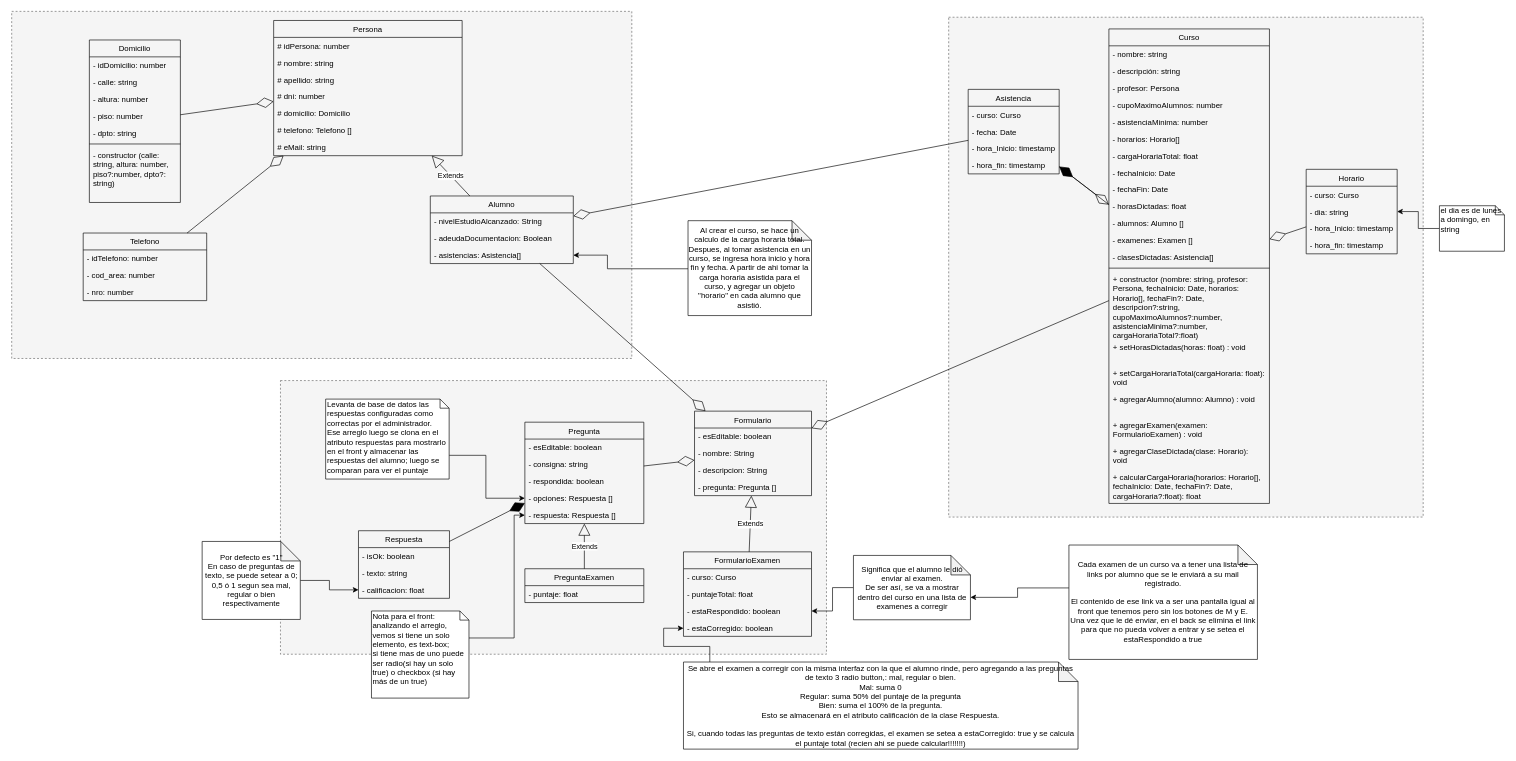
Above: - UML/diagrama_proyecto_final.drawio in mariela21180/institucional-cfp (draw.io), before the change. Source tidied: cells renumbered, new cells numbered last; positions are measured from the earlier drawing's top-left corner, leaving out a move shared by most shapes. Both pictures are drawn from the tidied source at 65%, with x=0, y=0 at pixel (12, 11).
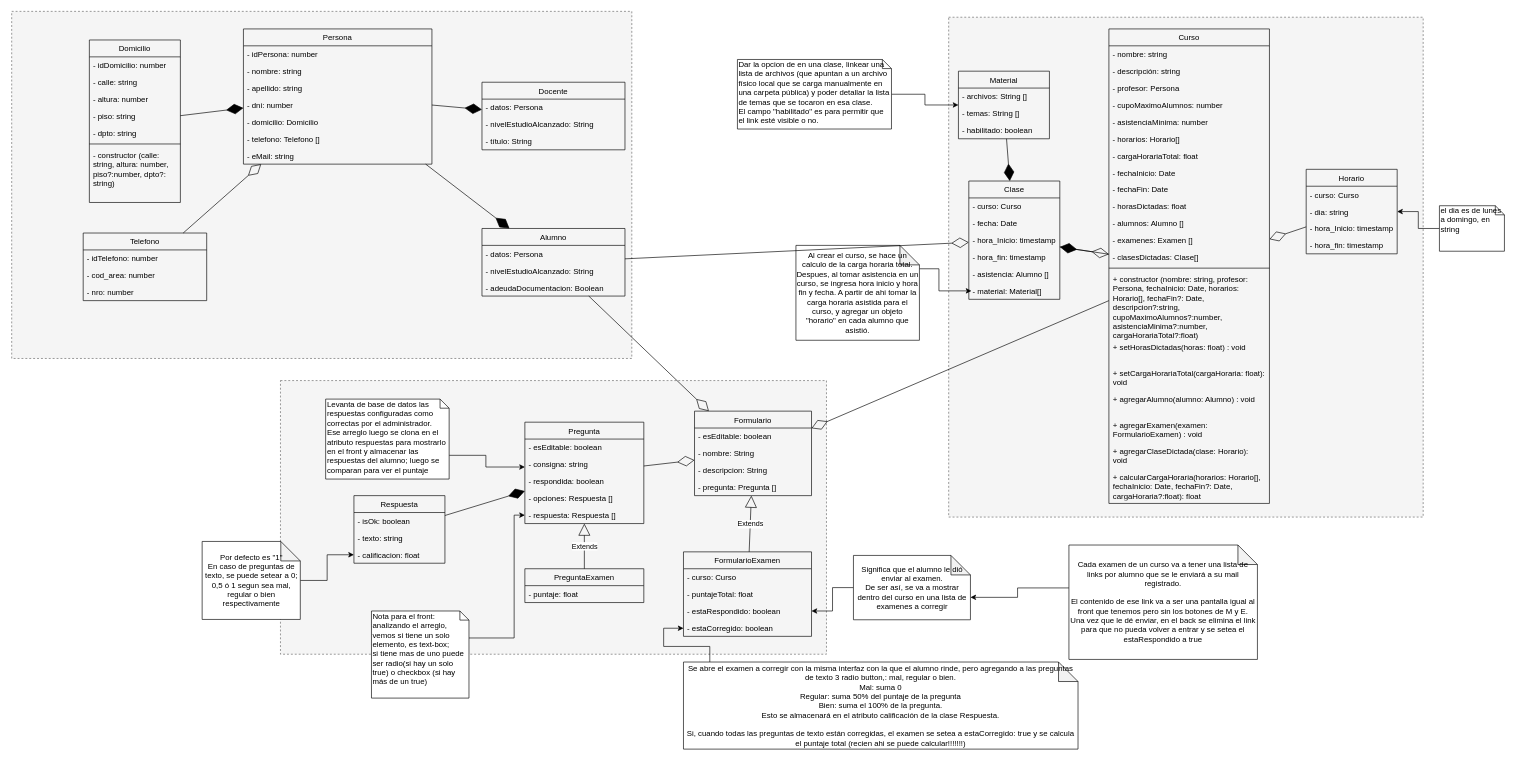
After the change.

Commit message:
#1 - UML - Correcciones para agregar Clases (asistencia + Material)

The change refers to these unchanged cells:
```xml
<mxCell id="5" value="Curso" style="swimlane;fontStyle=0;horizontal=1;startSize=26;fillColor=none;" parent="1" vertex="1">
  <mxGeometry x="1687.5" y="27" width="247" height="730" as="geometry" />
</mxCell>
<mxCell id="55" value="Domicilio" style="swimlane;fontStyle=0;horizontal=1;startSize=26;fillColor=none;" parent="1" vertex="1">
  <mxGeometry x="119" y="44" width="140" height="250" as="geometry" />
</mxCell>
<mxCell id="78" value="Levanta de base de datos las respuestas configuradas como correctas por el administrador.&lt;br&gt;Ese arreglo luego se clona en el atributo respuestas para mostrarlo en el front y almacenar las respuestas del alumno; luego se comparan para ver el puntaje" style="shape=note;whiteSpace=wrap;html=1;size=14;verticalAlign=top;align=left;spacingTop=-6;" parent="1" vertex="1">
  <mxGeometry x="482.5" y="596.5" width="190" height="123" as="geometry" />
</mxCell>
<mxCell id="80" value="Pregunta" style="swimlane;fontStyle=0;horizontal=1;startSize=26;fillColor=none;" parent="1" vertex="1">
  <mxGeometry x="789" y="632" width="183" height="156" as="geometry" />
</mxCell>
<mxCell id="84" value="- opciones: Respuesta []" style="text;strokeColor=none;fillColor=none;align=left;verticalAlign=top;spacingLeft=4;spacingRight=4;overflow=hidden;points=[[0,0.5],[1,0.5]];portConstraint=eastwest;" parent="80" vertex="1">
  <mxGeometry y="104" width="183" height="26" as="geometry" />
</mxCell>
```

What changed in the source:
```diff
@@
-    <mxCell id="18" value="- clasesDictadas: Asistencia[]" style="text;strokeColor=none;fillColor=none;align=left;verticalAlign=top;spacingLeft=4;spacingRight=4;overflow=hidden;" parent="5" vertex="1">
+    <mxCell id="18" value="- clasesDictadas: Clase[]" style="text;strokeColor=none;fillColor=none;align=left;verticalAlign=top;spacingLeft=4;spacingRight=4;overflow=hidden;" parent="5" vertex="1">
       <mxGeometry y="338" width="247" height="26" as="geometry" />
     </mxCell>
@@
     <mxCell id="27" value="Alumno" style="swimlane;fontStyle=0;horizontal=1;startSize=26;fillColor=none;" parent="1" vertex="1">
-      <mxGeometry x="643.5" y="284" width="220" height="104" as="geometry" />
+      <mxGeometry x="723" y="334" width="220" height="104" as="geometry" />
     </mxCell>
-    <mxCell id="28" value="- nivelEstudioAlcanzado: String" style="text;strokeColor=none;fillColor=none;align=left;verticalAlign=top;spacingLeft=4;spacingRight=4;overflow=hidden;" parent="27" vertex="1">
+    <mxCell id="28" value="- datos: Persona" style="text;strokeColor=none;fillColor=none;align=left;verticalAlign=top;spacingLeft=4;spacingRight=4;overflow=hidden;" parent="27" vertex="1">
       <mxGeometry y="26" width="220" height="26" as="geometry" />
     </mxCell>
+    <mxCell id="112" value="- nivelEstudioAlcanzado: String" style="text;strokeColor=none;fillColor=none;align=left;verticalAlign=top;spacingLeft=4;spacingRight=4;overflow=hidden;" parent="27" vertex="1">
+      <mxGeometry y="52" width="220" height="26" as="geometry" />
+    </mxCell>
     <mxCell id="29" value="- adeudaDocumentacion: Boolean" style="text;strokeColor=none;fillColor=none;align=left;verticalAlign=top;spacingLeft=4;spacingRight=4;overflow=hidden;" parent="27" vertex="1">
-      <mxGeometry y="52" width="220" height="26" as="geometry" />
+      <mxGeometry y="78" width="220" height="26" as="geometry" />
     </mxCell>
-    <mxCell id="30" value="- asistencias: Asistencia[]" style="text;strokeColor=none;fillColor=none;align=left;verticalAlign=top;spacingLeft=4;spacingRight=4;overflow=hidden;points=[[0,0.5],[1,0.5]];portConstraint=eastwest;" parent="27" vertex="1">
-      <mxGeometry y="78" width="220" height="26" as="geometry" />
-    </mxCell>
     <mxCell id="31" value="Persona" style="swimlane;fontStyle=0;horizontal=1;startSize=26;fillColor=none;" parent="1" vertex="1">
-      <mxGeometry x="402.5" y="14" width="290" height="208" as="geometry" />
+      <mxGeometry x="356" y="27" width="290" height="208" as="geometry" />
     </mxCell>
-    <mxCell id="32" value="# idPersona: number" style="text;strokeColor=none;fillColor=none;align=left;verticalAlign=top;spacingLeft=4;spacingRight=4;overflow=hidden;" parent="31" vertex="1">
+    <mxCell id="32" value="- idPersona: number" style="text;strokeColor=none;fillColor=none;align=left;verticalAlign=top;spacingLeft=4;spacingRight=4;overflow=hidden;" parent="31" vertex="1">
       <mxGeometry y="26" width="290" height="26" as="geometry" />
     </mxCell>
-    <mxCell id="33" value="# nombre: string" style="text;strokeColor=none;fillColor=none;align=left;verticalAlign=top;spacingLeft=4;spacingRight=4;overflow=hidden;" parent="31" vertex="1">
+    <mxCell id="33" value="- nombre: string" style="text;strokeColor=none;fillColor=none;align=left;verticalAlign=top;spacingLeft=4;spacingRight=4;overflow=hidden;" parent="31" vertex="1">
       <mxGeometry y="52" width="290" height="26" as="geometry" />
     </mxCell>
-    <mxCell id="34" value="# apellido: string" style="text;strokeColor=none;fillColor=none;align=left;verticalAlign=top;spacingLeft=4;spacingRight=4;overflow=hidden;" parent="31" vertex="1">
+    <mxCell id="34" value="- apellido: string" style="text;strokeColor=none;fillColor=none;align=left;verticalAlign=top;spacingLeft=4;spacingRight=4;overflow=hidden;" parent="31" vertex="1">
       <mxGeometry y="78" width="290" height="26" as="geometry" />
     </mxCell>
-    <mxCell id="35" value="# dni: number" style="text;strokeColor=none;fillColor=none;align=left;verticalAlign=top;spacingLeft=4;spacingRight=4;overflow=hidden;" parent="31" vertex="1">
+    <mxCell id="35" value="- dni: number" style="text;strokeColor=none;fillColor=none;align=left;verticalAlign=top;spacingLeft=4;spacingRight=4;overflow=hidden;" parent="31" vertex="1">
       <mxGeometry y="104" width="290" height="26" as="geometry" />
     </mxCell>
-    <mxCell id="36" value="# domicilio: Domicilio" style="text;strokeColor=none;fillColor=none;align=left;verticalAlign=top;spacingLeft=4;spacingRight=4;overflow=hidden;" parent="31" vertex="1">
+    <mxCell id="36" value="- domicilio: Domicilio" style="text;strokeColor=none;fillColor=none;align=left;verticalAlign=top;spacingLeft=4;spacingRight=4;overflow=hidden;" parent="31" vertex="1">
       <mxGeometry y="130" width="290" height="26" as="geometry" />
     </mxCell>
-    <mxCell id="37" value="# telefono: Telefono [] " style="text;strokeColor=none;fillColor=none;align=left;verticalAlign=top;spacingLeft=4;spacingRight=4;overflow=hidden;" parent="31" vertex="1">
+    <mxCell id="37" value="- telefono: Telefono [] " style="text;strokeColor=none;fillColor=none;align=left;verticalAlign=top;spacingLeft=4;spacingRight=4;overflow=hidden;" parent="31" vertex="1">
       <mxGeometry y="156" width="290" height="26" as="geometry" />
     </mxCell>
-    <mxCell id="38" value="# eMail: string" style="text;strokeColor=none;fillColor=none;align=left;verticalAlign=top;spacingLeft=4;spacingRight=4;overflow=hidden;" parent="31" vertex="1">
+    <mxCell id="38" value="- eMail: string" style="text;strokeColor=none;fillColor=none;align=left;verticalAlign=top;spacingLeft=4;spacingRight=4;overflow=hidden;" parent="31" vertex="1">
       <mxGeometry y="182" width="290" height="26" as="geometry" />
     </mxCell>
@@
     <mxCell id="51" value="Respuesta" style="swimlane;fontStyle=0;horizontal=1;startSize=26;fillColor=none;" parent="1" vertex="1">
-      <mxGeometry x="533" y="799" width="140" height="104" as="geometry" />
+      <mxGeometry x="526" y="745" width="140" height="104" as="geometry" />
     </mxCell>
@@
-    <mxCell id="59" value="- piso: number" style="text;strokeColor=none;fillColor=none;align=left;verticalAlign=top;spacingLeft=4;spacingRight=4;overflow=hidden;" parent="55" vertex="1">
+    <mxCell id="59" value="- piso: string" style="text;strokeColor=none;fillColor=none;align=left;verticalAlign=top;spacingLeft=4;spacingRight=4;overflow=hidden;" parent="55" vertex="1">
       <mxGeometry y="104" width="140" height="26" as="geometry" />
     </mxCell>
@@
-    <mxCell id="67" style="endArrow=diamondThin;endFill=0;endSize=24;html=1;" parent="1" edge="1" source="55" target="31">
-      <mxGeometry relative="1" as="geometry" />
-    </mxCell>
-    <mxCell id="68" value="Extends" style="endArrow=block;endSize=16;endFill=0;html=1;" parent="1" edge="1" source="27" target="31">
-      <mxGeometry relative="1" as="geometry" />
-    </mxCell>
-    <mxCell id="69" value="Asistencia" style="swimlane;fontStyle=0;horizontal=1;startSize=26;fillColor=none;" parent="1" vertex="1">
-      <mxGeometry x="1471" y="120" width="140" height="130" as="geometry" />
+    <mxCell id="69" value="Clase" style="swimlane;fontStyle=0;horizontal=1;startSize=26;fillColor=none;" parent="1" vertex="1">
+      <mxGeometry x="1472" y="261" width="140" height="182" as="geometry" />
     </mxCell>
@@
+    <mxCell id="113" value="- hora_fin: timestamp" style="text;strokeColor=none;fillColor=none;align=left;verticalAlign=top;spacingLeft=4;spacingRight=4;overflow=hidden;" parent="69" vertex="1">
+      <mxGeometry y="104" width="140" height="26" as="geometry" />
+    </mxCell>
+    <mxCell id="30" value="- asistencia: Alumno []" style="text;strokeColor=none;fillColor=none;align=left;verticalAlign=top;spacingLeft=4;spacingRight=4;overflow=hidden;points=[[0,0.5],[1,0.5]];portConstraint=eastwest;" parent="69" vertex="1">
+      <mxGeometry y="130" width="140" height="26" as="geometry" />
+    </mxCell>
-    <mxCell id="73" value="- hora_fin: timestamp" style="text;strokeColor=none;fillColor=none;align=left;verticalAlign=top;spacingLeft=4;spacingRight=4;overflow=hidden;" parent="69" vertex="1">
-      <mxGeometry y="104" width="140" height="26" as="geometry" />
+    <mxCell id="73" value="- material: Material[]" style="text;strokeColor=none;fillColor=none;align=left;verticalAlign=top;spacingLeft=4;spacingRight=4;overflow=hidden;" parent="69" vertex="1">
+      <mxGeometry y="156" width="140" height="26" as="geometry" />
     </mxCell>
@@
-    <mxCell id="77" style="edgeStyle=orthogonalEdgeStyle;rounded=0;jettySize=auto;html=1;entryX=0;entryY=0.5;entryDx=0;entryDy=0;" parent="1" edge="1" source="78" target="84">
+    <mxCell id="77" style="edgeStyle=orthogonalEdgeStyle;rounded=0;jettySize=auto;html=1;" parent="1" edge="1" source="78" target="80">
       <mxGeometry relative="1" as="geometry">
         <Array as="points">
           <mxPoint x="729" y="683" />
-          <mxPoint x="729" y="749" />
+          <mxPoint x="729" y="701" />
         </Array>
       </mxGeometry>
     </mxCell>
@@
-    <mxCell id="91" style="edgeStyle=orthogonalEdgeStyle;rounded=0;jettySize=auto;html=1;entryX=1;entryY=0.5;entryDx=0;entryDy=0;" parent="1" edge="1" source="92" target="30">
+    <mxCell id="91" style="edgeStyle=orthogonalEdgeStyle;rounded=0;jettySize=auto;html=1;" parent="1" edge="1" source="92">
       <mxGeometry relative="1" as="geometry">
+        <mxPoint x="1476" y="430" as="targetPoint" />
         <Array as="points">
-          <mxPoint x="916" y="396" />
-          <mxPoint x="916" y="375" />
+          <mxPoint x="1426" y="396" />
+          <mxPoint x="1426" y="430" />
         </Array>
       </mxGeometry>
     </mxCell>
     <mxCell id="92" value="Al crear el curso, se hace un calculo de la carga horaria total.&lt;br&gt;Despues, al tomar asistencia en un curso, se ingresa hora inicio y hora fin y fecha. A partir de ahi tomar la carga horaria asistida para el curso, y agregar un objeto &quot;horario&quot; en cada alumno que asistió." style="shape=note;whiteSpace=wrap;html=1;backgroundOutline=1;darkOpacity=0.05;" parent="1" vertex="1">
-      <mxGeometry x="1040" y="322" width="190" height="146" as="geometry" />
+      <mxGeometry x="1206" y="360" width="190" height="146" as="geometry" />
     </mxCell>
@@
-    <mxCell id="102" style="endArrow=diamondThin;endFill=0;endSize=24;html=1;" parent="1" edge="1" source="69" target="27">
+    <mxCell id="102" style="endArrow=diamondThin;endFill=0;endSize=24;html=1;" parent="1" edge="1" source="27" target="69">
       <mxGeometry relative="1" as="geometry" />
     </mxCell>
@@
+    <mxCell id="114" value="Material" style="swimlane;fontStyle=0;horizontal=1;startSize=26;fillColor=none;" parent="1" vertex="1">
+      <mxGeometry x="1456" y="92" width="140" height="104" as="geometry" />
+    </mxCell>
+    <mxCell id="115" value="- archivos: String []" style="text;strokeColor=none;fillColor=none;align=left;verticalAlign=top;spacingLeft=4;spacingRight=4;overflow=hidden;" parent="114" vertex="1">
+      <mxGeometry y="26" width="140" height="26" as="geometry" />
+    </mxCell>
+    <mxCell id="116" value="- temas: String []" style="text;strokeColor=none;fillColor=none;align=left;verticalAlign=top;spacingLeft=4;spacingRight=4;overflow=hidden;" parent="114" vertex="1">
+      <mxGeometry y="52" width="140" height="26" as="geometry" />
+    </mxCell>
+    <mxCell id="117" value="- habilitado: boolean" style="text;strokeColor=none;fillColor=none;align=left;verticalAlign=top;spacingLeft=4;spacingRight=4;overflow=hidden;" parent="114" vertex="1">
+      <mxGeometry y="78" width="140" height="26" as="geometry" />
+    </mxCell>
+    <mxCell id="118" style="endArrow=diamondThin;endFill=1;endSize=24;html=1;" parent="1" edge="1" source="31" target="27">
+      <mxGeometry relative="1" as="geometry" />
+    </mxCell>
+    <mxCell id="119" style="endArrow=diamondThin;endFill=1;endSize=24;html=1;" parent="1" edge="1" source="114" target="69">
+      <mxGeometry relative="1" as="geometry" />
+    </mxCell>
+    <mxCell id="120" style="edgeStyle=orthogonalEdgeStyle;rounded=0;jettySize=auto;html=1;" parent="1" edge="1" source="121" target="114">
+      <mxGeometry relative="1" as="geometry" />
+    </mxCell>
+    <mxCell id="121" value="Dar la opcion de en una clase, linkear una lista de archivos (que apuntan a un archivo físico local que se carga manualmente en una carpeta pública) y poder detallar la lista de temas que se tocaron en esa clase.&lt;br&gt;El campo &quot;habilitado&quot; es para permitir que el link esté visible o no.&lt;br&gt;" style="shape=note;whiteSpace=wrap;html=1;size=14;verticalAlign=top;align=left;spacingTop=-6;" parent="1" vertex="1">
+      <mxGeometry x="1116" y="74" width="237" height="107" as="geometry" />
+    </mxCell>
+    <mxCell id="67" style="endArrow=diamondThin;endFill=1;endSize=24;html=1;" parent="1" edge="1" source="55" target="31">
+      <mxGeometry relative="1" as="geometry" />
+    </mxCell>
+    <mxCell id="122" value="Docente" style="swimlane;fontStyle=0;horizontal=1;startSize=26;fillColor=none;" parent="1" vertex="1">
+      <mxGeometry x="723" y="109" width="220" height="104" as="geometry" />
+    </mxCell>
+    <mxCell id="123" value="- datos: Persona" style="text;strokeColor=none;fillColor=none;align=left;verticalAlign=top;spacingLeft=4;spacingRight=4;overflow=hidden;" parent="122" vertex="1">
+      <mxGeometry y="26" width="220" height="26" as="geometry" />
+    </mxCell>
+    <mxCell id="124" value="- nivelEstudioAlcanzado: String" style="text;strokeColor=none;fillColor=none;align=left;verticalAlign=top;spacingLeft=4;spacingRight=4;overflow=hidden;" parent="122" vertex="1">
+      <mxGeometry y="52" width="220" height="26" as="geometry" />
+    </mxCell>
+    <mxCell id="125" value="- título: String" style="text;strokeColor=none;fillColor=none;align=left;verticalAlign=top;spacingLeft=4;spacingRight=4;overflow=hidden;" parent="122" vertex="1">
+      <mxGeometry y="78" width="220" height="26" as="geometry" />
+    </mxCell>
+    <mxCell id="126" style="endArrow=diamondThin;endFill=1;endSize=24;html=1;" parent="1" edge="1" source="31" target="122">
+      <mxGeometry relative="1" as="geometry" />
+    </mxCell>
```
